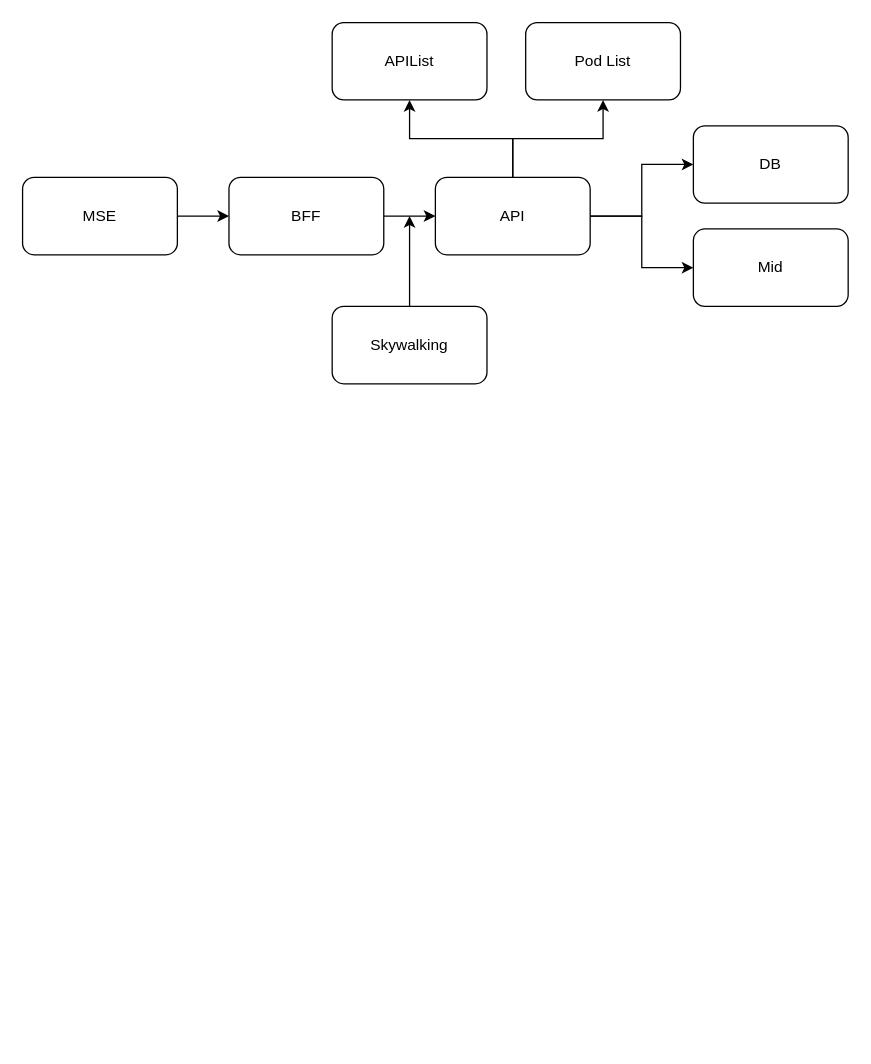
This is 未命名绘图.drawio from Allen9797/WorkZone, a draw.io file, before an edit. Source tidied: cells renumbered, new cells numbered last; positions are measured from the earlier drawing's top-left corner, leaving out a move shared by most shapes. Both pictures are drawn from the tidied source at 129%, with x=0, y=0 at pixel (22, 22).
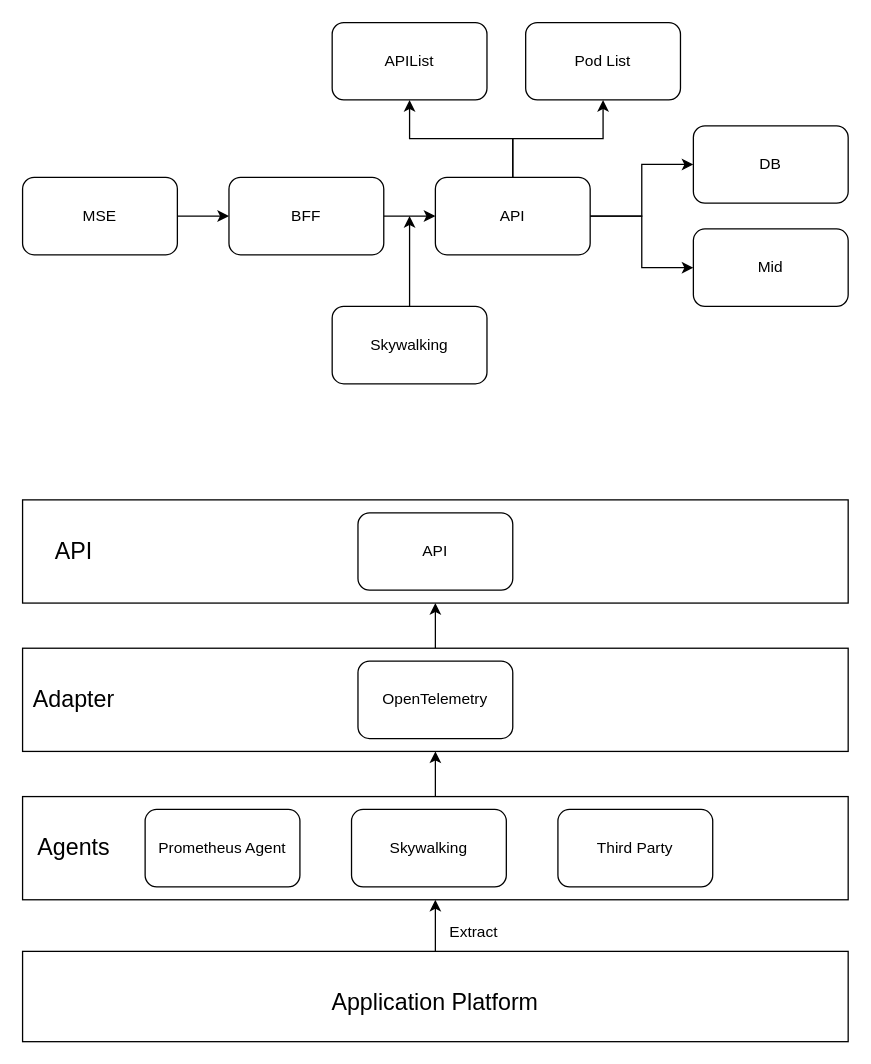
Above is the later version.

Commit message (it also covers changes not shown here):
更新未命名绘图.drawio

Diff of the diagram source:
```diff
@@
+    <mxCell id="17" style="edgeStyle=orthogonalEdgeStyle;rounded=0;jettySize=auto;html=1;exitX=0.5;exitY=0;exitDx=0;exitDy=0;entryX=0.5;entryY=1;entryDx=0;entryDy=0;" parent="1" edge="1" source="18" target="31">
+      <mxGeometry relative="1" as="geometry" />
+    </mxCell>
+    <mxCell id="18" style="rounded=0;whiteSpace=wrap;html=1;" parent="1" vertex="1">
+      <mxGeometry y="485" width="640" height="80" as="geometry" />
+    </mxCell>
+    <mxCell id="19" style="edgeStyle=orthogonalEdgeStyle;rounded=0;jettySize=auto;html=1;exitX=0.5;exitY=0;exitDx=0;exitDy=0;entryX=0.5;entryY=1;entryDx=0;entryDy=0;" parent="1" edge="1" source="20" target="18">
+      <mxGeometry relative="1" as="geometry" />
+    </mxCell>
+    <mxCell id="20" style="rounded=0;whiteSpace=wrap;html=1;" parent="1" vertex="1">
+      <mxGeometry y="600" width="640" height="80" as="geometry" />
+    </mxCell>
@@
+    <mxCell id="21" value="OpenTelemetry" style="rounded=1;whiteSpace=wrap;html=1;" parent="1" vertex="1">
+      <mxGeometry x="260" y="495" width="120" height="60" as="geometry" />
+    </mxCell>
+    <mxCell id="22" value="Prometheus Agent" style="rounded=1;whiteSpace=wrap;html=1;" parent="1" vertex="1">
+      <mxGeometry x="95" y="610" width="120" height="60" as="geometry" />
+    </mxCell>
+    <mxCell id="23" value="Skywalking" style="rounded=1;whiteSpace=wrap;html=1;" parent="1" vertex="1">
+      <mxGeometry x="255" y="610" width="120" height="60" as="geometry" />
+    </mxCell>
+    <mxCell id="24" value="Third Party" style="rounded=1;whiteSpace=wrap;html=1;" parent="1" vertex="1">
+      <mxGeometry x="415" y="610" width="120" height="60" as="geometry" />
+    </mxCell>
+    <mxCell id="25" value="&lt;font style=&quot;font-size: 18px;&quot;&gt;Agents&lt;/font&gt;" style="text;html=1;strokeColor=none;fillColor=none;align=center;verticalAlign=middle;whiteSpace=wrap;rounded=0;" parent="1" vertex="1">
+      <mxGeometry y="617.5" width="80" height="45" as="geometry" />
+    </mxCell>
+    <mxCell id="26" style="edgeStyle=orthogonalEdgeStyle;rounded=0;jettySize=auto;html=1;exitX=0.5;exitY=0;exitDx=0;exitDy=0;entryX=0.5;entryY=1;entryDx=0;entryDy=0;" parent="1" edge="1" source="27" target="20">
+      <mxGeometry relative="1" as="geometry" />
+    </mxCell>
+    <mxCell id="27" style="rounded=0;whiteSpace=wrap;html=1;" parent="1" vertex="1">
+      <mxGeometry y="720" width="640" height="70" as="geometry" />
+    </mxCell>
+    <mxCell id="28" value="Extract" style="text;html=1;strokeColor=none;fillColor=none;align=center;verticalAlign=middle;whiteSpace=wrap;rounded=0;" parent="1" vertex="1">
+      <mxGeometry x="320" y="690" width="60" height="30" as="geometry" />
+    </mxCell>
+    <mxCell id="29" value="&lt;font style=&quot;font-size: 18px;&quot;&gt;Application Platform&lt;/font&gt;" style="text;html=1;strokeColor=none;fillColor=none;align=center;verticalAlign=middle;whiteSpace=wrap;rounded=0;" parent="1" vertex="1">
+      <mxGeometry x="225" y="737.5" width="190" height="45" as="geometry" />
+    </mxCell>
+    <mxCell id="30" value="&lt;font style=&quot;font-size: 18px;&quot;&gt;Adapter&lt;/font&gt;" style="text;html=1;strokeColor=none;fillColor=none;align=center;verticalAlign=middle;whiteSpace=wrap;rounded=0;" parent="1" vertex="1">
+      <mxGeometry y="502" width="80" height="45" as="geometry" />
+    </mxCell>
+    <mxCell id="31" style="rounded=0;whiteSpace=wrap;html=1;" parent="1" vertex="1">
+      <mxGeometry y="370" width="640" height="80" as="geometry" />
+    </mxCell>
+    <mxCell id="32" value="API" style="rounded=1;whiteSpace=wrap;html=1;" parent="1" vertex="1">
+      <mxGeometry x="260" y="380" width="120" height="60" as="geometry" />
+    </mxCell>
+    <mxCell id="33" value="&lt;font style=&quot;font-size: 18px;&quot;&gt;API&lt;/font&gt;" style="text;html=1;strokeColor=none;fillColor=none;align=center;verticalAlign=middle;whiteSpace=wrap;rounded=0;" parent="1" vertex="1">
+      <mxGeometry y="387" width="80" height="45" as="geometry" />
+    </mxCell>
```
